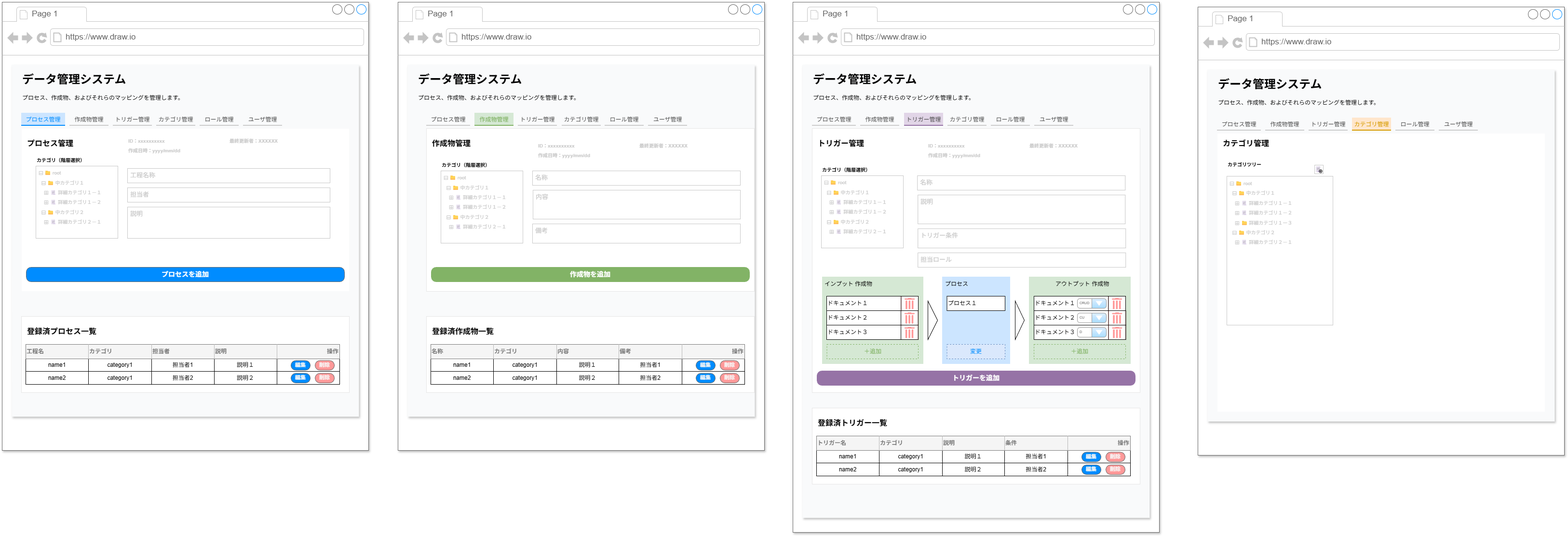
The draw.io diagram spec/Screen_UI.drawio.png in nojaja/state-matrix-web, before a commit. Source tidied: cells renumbered, new cells last; positions are measured from the earlier drawing's top-left corner, leaving out a move shared by most shapes.
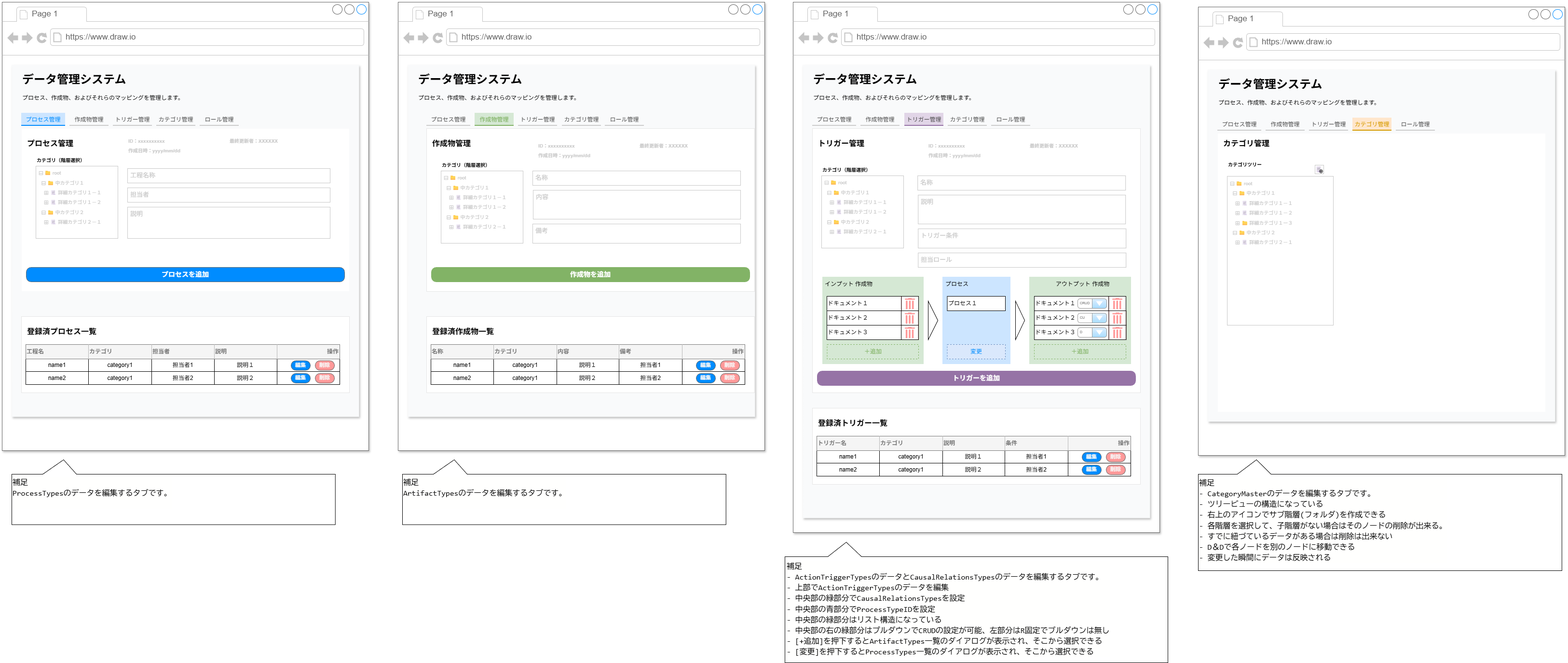
Above is the later version.

Commit message:
補足説明追加

Change to the diagram source:
```diff
@@ -35,15 +35,6 @@
     <mxCell id="12" style="strokeWidth=1;shadow=0;dashed=0;align=center;html=1;shape=mxgraph.mockup.containers.topButton;rSize=0;strokeColor=#CCCCCC;fillColor=#CCCCCC;gradientColor=none;" parent="10" vertex="1">
       <mxGeometry y="25" width="80" height="1" as="geometry" />
     </mxCell>
-    <mxCell id="13" style="group;" parent="2" vertex="1">
-      <mxGeometry x="500" y="230" width="80" height="26" as="geometry" />
-    </mxCell>
-    <mxCell id="14" value="&lt;span style=&quot;color: rgb(63, 63, 63); font-size: 12px; text-align: left;&quot;&gt;ユーザ管理&lt;/span&gt;" style="strokeColor=#F9FAFB;fillColor=#F9FAFB;strokeWidth=1;shadow=0;dashed=0;align=center;html=1;shape=mxgraph.mockup.containers.rrect;rSize=0;fontSize=17;fontColor=#333333;gradientColor=none;" parent="13" vertex="1">
-      <mxGeometry width="80" height="25" relative="1" as="geometry" />
-    </mxCell>
-    <mxCell id="15" style="strokeWidth=1;shadow=0;dashed=0;align=center;html=1;shape=mxgraph.mockup.containers.topButton;rSize=0;strokeColor=#CCCCCC;fillColor=#CCCCCC;gradientColor=none;" parent="13" vertex="1">
-      <mxGeometry y="25" width="80" height="1" as="geometry" />
-    </mxCell>
     <mxCell id="16" style="strokeWidth=1;shadow=0;dashed=0;align=center;html=1;shape=mxgraph.mockup.containers.marginRect2;rectMarginTop=32;strokeColor=#F9FAFB;gradientColor=none;whiteSpace=wrap;fillColor=#FFFFFF;" parent="1" vertex="1">
       <mxGeometry x="40" y="230" width="680" height="370" as="geometry" />
     </mxCell>
@@ -208,15 +199,6 @@
     <mxCell id="69" style="strokeWidth=1;shadow=0;dashed=0;align=center;html=1;shape=mxgraph.mockup.containers.topButton;rSize=0;strokeColor=#CCCCCC;fillColor=#CCCCCC;gradientColor=none;" parent="67" vertex="1">
       <mxGeometry y="25" width="80" height="1" as="geometry" />
     </mxCell>
-    <mxCell id="70" style="group;" parent="62" vertex="1">
-      <mxGeometry x="519" y="230" width="80" height="26" as="geometry" />
-    </mxCell>
-    <mxCell id="71" value="&lt;span style=&quot;color: rgb(63, 63, 63); font-size: 12px; text-align: left;&quot;&gt;ユーザ管理&lt;/span&gt;" style="strokeColor=#F9FAFB;fillColor=#F9FAFB;strokeWidth=1;shadow=0;dashed=0;align=center;html=1;shape=mxgraph.mockup.containers.rrect;rSize=0;fontSize=17;fontColor=#333333;gradientColor=none;" parent="70" vertex="1">
-      <mxGeometry width="80" height="25" relative="1" as="geometry" />
-    </mxCell>
-    <mxCell id="72" style="strokeWidth=1;shadow=0;dashed=0;align=center;html=1;shape=mxgraph.mockup.containers.topButton;rSize=0;strokeColor=#CCCCCC;fillColor=#CCCCCC;gradientColor=none;" parent="70" vertex="1">
-      <mxGeometry y="25" width="80" height="1" as="geometry" />
-    </mxCell>
     <mxCell id="73" style="strokeWidth=1;shadow=0;dashed=0;align=center;html=1;shape=mxgraph.mockup.containers.marginRect2;rectMarginTop=32;strokeColor=#E6E6E6;gradientColor=none;whiteSpace=wrap;fillColor=#FFFFFF;" parent="1" vertex="1">
       <mxGeometry x="880" y="230" width="680" height="370" as="geometry" />
     </mxCell>
@@ -503,15 +485,6 @@
     <mxCell id="166" style="strokeWidth=1;shadow=0;dashed=0;align=center;html=1;shape=mxgraph.mockup.containers.topButton;rSize=0;strokeColor=#9673A6;fillColor=#9673A6;gradientColor=none;" parent="164" vertex="1">
       <mxGeometry y="25" width="80" height="1" as="geometry" />
     </mxCell>
-    <mxCell id="167" style="group;" parent="121" vertex="1">
-      <mxGeometry x="501" y="230" width="80" height="26" as="geometry" />
-    </mxCell>
-    <mxCell id="168" value="&lt;span style=&quot;color: rgb(63, 63, 63); font-size: 12px; text-align: left;&quot;&gt;ユーザ管理&lt;/span&gt;" style="strokeColor=#F9FAFB;fillColor=#F9FAFB;strokeWidth=1;shadow=0;dashed=0;align=center;html=1;shape=mxgraph.mockup.containers.rrect;rSize=0;fontSize=17;fontColor=#333333;gradientColor=none;" parent="167" vertex="1">
-      <mxGeometry width="80" height="25" relative="1" as="geometry" />
-    </mxCell>
-    <mxCell id="169" style="strokeWidth=1;shadow=0;dashed=0;align=center;html=1;shape=mxgraph.mockup.containers.topButton;rSize=0;strokeColor=#CCCCCC;fillColor=#CCCCCC;gradientColor=none;" parent="167" vertex="1">
-      <mxGeometry y="25" width="80" height="1" as="geometry" />
-    </mxCell>
     <mxCell id="170" value="&lt;h1 style=&quot;margin-top: 0px;&quot;&gt;&lt;font style=&quot;font-size: 16px;&quot;&gt;トリガー管理&lt;/font&gt;&lt;/h1&gt;" style="text;html=1;whiteSpace=wrap;overflow=hidden;rounded=0;" parent="121" vertex="1">
       <mxGeometry x="50" y="270" width="150" height="40" as="geometry" />
     </mxCell>
@@ -728,15 +701,6 @@
     <mxCell id="241" style="strokeWidth=1;shadow=0;dashed=0;align=center;html=1;shape=mxgraph.mockup.containers.topButton;rSize=0;strokeColor=#CCCCCC;fillColor=#CCCCCC;gradientColor=none;" parent="239" vertex="1">
       <mxGeometry y="25" width="80" height="1" as="geometry" />
     </mxCell>
-    <mxCell id="242" style="group;" parent="225" vertex="1">
-      <mxGeometry x="500" y="230" width="80" height="26" as="geometry" />
-    </mxCell>
-    <mxCell id="243" value="&lt;span style=&quot;color: rgb(63, 63, 63); font-size: 12px; text-align: left;&quot;&gt;ユーザ管理&lt;/span&gt;" style="strokeColor=#F9FAFB;fillColor=#F9FAFB;strokeWidth=1;shadow=0;dashed=0;align=center;html=1;shape=mxgraph.mockup.containers.rrect;rSize=0;fontSize=17;fontColor=#333333;gradientColor=none;" parent="242" vertex="1">
-      <mxGeometry width="80" height="25" relative="1" as="geometry" />
-    </mxCell>
-    <mxCell id="244" style="strokeWidth=1;shadow=0;dashed=0;align=center;html=1;shape=mxgraph.mockup.containers.topButton;rSize=0;strokeColor=#CCCCCC;fillColor=#CCCCCC;gradientColor=none;" parent="242" vertex="1">
-      <mxGeometry y="25" width="80" height="1" as="geometry" />
-    </mxCell>
     <mxCell id="245" style="strokeWidth=1;shadow=0;dashed=0;align=center;html=1;shape=mxgraph.mockup.containers.marginRect2;rectMarginTop=32;strokeColor=#F9FAFB;gradientColor=none;whiteSpace=wrap;fillColor=#FFFFFF;verticalAlign=top;" parent="1" vertex="1">
       <mxGeometry x="2520" y="240" width="680" height="610" as="geometry" />
     </mxCell>
@@ -772,5 +736,29 @@
     <mxCell id="255" value="&lt;h1 style=&quot;margin-top: 0px;&quot;&gt;⊕&lt;/h1&gt;" style="text;html=1;whiteSpace=wrap;overflow=hidden;rounded=0;verticalAlign=middle;fontSize=5;" parent="252" vertex="1">
       <mxGeometry x="8" y="12.6" width="20" height="20" as="geometry" />
     </mxCell>
+    <mxCell id="256" style="shape=callout;whiteSpace=wrap;html=1;perimeter=calloutPerimeter;size=30;position=0.8;position2=0.84;rotation=-180;base=70;align=left;" parent="1" vertex="1">
+      <mxGeometry x="20" y="949" width="670.8" height="134.7" as="geometry" />
+    </mxCell>
+    <mxCell id="257" value="&lt;div style=&quot;color: rgb(0, 0, 0); background-color: rgb(255, 255, 254); font-family: Consolas, &amp;quot;Courier New&amp;quot;, monospace; font-size: 16px; line-height: 22px; white-space: pre;&quot;&gt;&lt;span style=&quot;color: #000000;&quot;&gt;補足&lt;/span&gt;&lt;/div&gt;&lt;div style=&quot;color: rgb(0, 0, 0); background-color: rgb(255, 255, 254); font-family: Consolas, &amp;quot;Courier New&amp;quot;, monospace; font-size: 16px; line-height: 22px; white-space: pre;&quot;&gt;&lt;span style=&quot;color: #000000;&quot;&gt;ProcessTypesのデータを編集するタブです。&lt;/span&gt;&lt;/div&gt;&lt;div style=&quot;color: rgb(0, 0, 0); background-color: rgb(255, 255, 254); font-family: Consolas, &amp;quot;Courier New&amp;quot;, monospace; font-size: 16px; line-height: 22px; white-space: pre;&quot;&gt;&lt;span style=&quot;color: #000000;&quot;&gt;&lt;br&gt;&lt;/span&gt;&lt;/div&gt;" style="text;html=1;align=left;verticalAlign=top;whiteSpace=wrap;rounded=0;imageAspect=0;movableLabel=1;fontSize=18;" parent="256" vertex="1">
+      <mxGeometry y="30" width="670.8" height="104.7" as="geometry" />
+    </mxCell>
+    <mxCell id="258" style="shape=callout;whiteSpace=wrap;html=1;perimeter=calloutPerimeter;size=30;position=0.8;position2=0.84;rotation=-180;base=70;align=left;" parent="1" vertex="1">
+      <mxGeometry x="830" y="949" width="670.8" height="134.7" as="geometry" />
+    </mxCell>
+    <mxCell id="259" value="&lt;div style=&quot;color: rgb(0, 0, 0); background-color: rgb(255, 255, 254); font-family: Consolas, &amp;quot;Courier New&amp;quot;, monospace; font-size: 16px; line-height: 22px; white-space: pre;&quot;&gt;&lt;span style=&quot;color: rgb(0, 0, 0);&quot;&gt;補足&lt;/span&gt;&lt;/div&gt;&lt;div style=&quot;color: rgb(0, 0, 0); background-color: rgb(255, 255, 254); font-family: Consolas, &amp;quot;Courier New&amp;quot;, monospace; font-size: 16px; line-height: 22px; white-space: pre;&quot;&gt;&lt;span style=&quot;color: rgb(0, 0, 0);&quot;&gt;&lt;span style=&quot;color: rgb(0, 0, 0);&quot;&gt;ArtifactTypes&lt;/span&gt;のデータを編集するタブです。&lt;/span&gt;&lt;/div&gt;&lt;div style=&quot;color: rgb(0, 0, 0); background-color: rgb(255, 255, 254); font-family: Consolas, &amp;quot;Courier New&amp;quot;, monospace; font-size: 16px; line-height: 22px; white-space: pre;&quot;&gt;&lt;span style=&quot;color: rgb(0, 0, 0);&quot;&gt;&lt;br&gt;&lt;/span&gt;&lt;/div&gt;" style="text;html=1;align=left;verticalAlign=top;whiteSpace=wrap;rounded=0;imageAspect=0;movableLabel=1;fontSize=18;" parent="258" vertex="1">
+      <mxGeometry y="30" width="670.8" height="104.7" as="geometry" />
+    </mxCell>
+    <mxCell id="260" style="shape=callout;whiteSpace=wrap;html=1;perimeter=calloutPerimeter;size=30;position=0.8;position2=0.84;rotation=-180;base=70;align=left;" parent="1" vertex="1">
+      <mxGeometry x="1623" y="1120" width="793.9" height="250" as="geometry" />
+    </mxCell>
+    <mxCell id="261" value="&lt;div style=&quot;color: rgb(0, 0, 0); background-color: rgb(255, 255, 254); font-family: Consolas, &amp;quot;Courier New&amp;quot;, monospace; font-size: 16px; line-height: 22px; white-space: pre;&quot;&gt;&lt;span style=&quot;color: rgb(0, 0, 0);&quot;&gt;補足&lt;/span&gt;&lt;/div&gt;&lt;div style=&quot;color: rgb(0, 0, 0); background-color: rgb(255, 255, 254); font-family: Consolas, &amp;quot;Courier New&amp;quot;, monospace; font-size: 16px; line-height: 22px; white-space: pre;&quot;&gt;&lt;span style=&quot;color: rgb(0, 0, 0);&quot;&gt;&lt;span style=&quot;color: rgb(0, 0, 0);&quot;&gt;- ActionTriggerTypes&lt;/span&gt;のデータと&lt;/span&gt;&lt;span style=&quot;color: rgb(0, 0, 0);&quot;&gt;CausalRelationsTypesのデータ&lt;/span&gt;&lt;span style=&quot;background-color: light-dark(rgb(255, 255, 254), rgb(18, 18, 17));&quot;&gt;を編集するタブです。&lt;/span&gt;&lt;/div&gt;&lt;div style=&quot;color: rgb(0, 0, 0); background-color: rgb(255, 255, 254); font-family: Consolas, &amp;quot;Courier New&amp;quot;, monospace; font-size: 16px; line-height: 22px; white-space: pre;&quot;&gt;&lt;span style=&quot;background-color: light-dark(rgb(255, 255, 254), rgb(18, 18, 17));&quot;&gt;- 上部で&lt;/span&gt;&lt;span style=&quot;color: rgb(0, 0, 0); scrollbar-color: rgb(226, 226, 226) rgb(251, 251, 251);&quot;&gt;ActionTriggerTypes&lt;/span&gt;&lt;span style=&quot;color: rgb(0, 0, 0);&quot;&gt;のデータを編集&lt;/span&gt;&lt;/div&gt;&lt;div style=&quot;color: rgb(0, 0, 0); background-color: rgb(255, 255, 254); font-family: Consolas, &amp;quot;Courier New&amp;quot;, monospace; font-size: 16px; line-height: 22px; white-space: pre;&quot;&gt;- 中央部の緑部分で&lt;span style=&quot;color: rgb(0, 0, 0);&quot;&gt;CausalRelationsTypesを設定&lt;/span&gt;&lt;/div&gt;&lt;div style=&quot;background-color: rgb(255, 255, 254); line-height: 22px; color: rgb(0, 0, 0);&quot;&gt;&lt;span style=&quot;color: rgb(0, 0, 0); font-family: Consolas, &amp;quot;Courier New&amp;quot;, monospace; font-size: 16px; white-space: pre;&quot;&gt;- &lt;/span&gt;&lt;span style=&quot;color: rgb(0, 0, 0); font-family: Consolas, &amp;quot;Courier New&amp;quot;, monospace; font-size: 16px; white-space: pre;&quot;&gt;中央部の青部分で&lt;/span&gt;&lt;span style=&quot;background-color: transparent; font-size: 16px; white-space: pre;&quot;&gt;&lt;font face=&quot;Consolas, Courier New, monospace&quot; color=&quot;#000000&quot;&gt;ProcessTypeIDを設定&lt;/font&gt;&lt;/span&gt;&lt;/div&gt;&lt;div style=&quot;color: rgb(0, 0, 0); background-color: rgb(255, 255, 254); font-family: Consolas, &amp;quot;Courier New&amp;quot;, monospace; font-size: 16px; line-height: 22px; white-space: pre;&quot;&gt;- &lt;span style=&quot;color: rgb(0, 0, 0);&quot;&gt;中央部の緑部分はリスト構造になっている&lt;/span&gt;&lt;/div&gt;&lt;div style=&quot;color: rgb(0, 0, 0); background-color: rgb(255, 255, 254); font-family: Consolas, &amp;quot;Courier New&amp;quot;, monospace; font-size: 16px; line-height: 22px; white-space: pre;&quot;&gt;&lt;span style=&quot;color: rgb(0, 0, 0);&quot;&gt;- &lt;/span&gt;&lt;span style=&quot;color: rgb(0, 0, 0); scrollbar-color: rgb(226, 226, 226) rgb(251, 251, 251);&quot;&gt;中央部の右の緑部分はプルダウンでCRUDの設定が可能、左部分はR固定でブルダウンは無し&lt;/span&gt;&lt;/div&gt;&lt;div style=&quot;color: rgb(0, 0, 0); background-color: rgb(255, 255, 254); font-family: Consolas, &amp;quot;Courier New&amp;quot;, monospace; font-size: 16px; line-height: 22px; white-space: pre;&quot;&gt;&lt;span style=&quot;color: rgb(0, 0, 0); scrollbar-color: rgb(226, 226, 226) rgb(251, 251, 251);&quot;&gt;- [+追加]を押下すると&lt;/span&gt;&lt;span style=&quot;color: rgb(0, 0, 0);&quot;&gt;ArtifactTypes一覧のダイアログが表示され、そこから選択できる&lt;/span&gt;&lt;/div&gt;&lt;div style=&quot;color: rgb(0, 0, 0); background-color: rgb(255, 255, 254); font-family: Consolas, &amp;quot;Courier New&amp;quot;, monospace; font-size: 16px; line-height: 22px; white-space: pre;&quot;&gt;&lt;span style=&quot;color: rgb(0, 0, 0);&quot;&gt;- [変更]&lt;/span&gt;&lt;span style=&quot;background-color: transparent; scrollbar-color: rgb(226, 226, 226) rgb(251, 251, 251); color: rgb(0, 0, 0);&quot;&gt;を押下すると&lt;/span&gt;&lt;span style=&quot;color: rgb(0, 0, 0);&quot;&gt;ProcessTypes&lt;/span&gt;&lt;span style=&quot;background-color: transparent; color: rgb(0, 0, 0); scrollbar-color: rgb(226, 226, 226) rgb(251, 251, 251);&quot;&gt;一覧のダイアログが表示され、そこから選択できる&lt;/span&gt;&lt;/div&gt;" style="text;html=1;align=left;verticalAlign=top;whiteSpace=wrap;rounded=0;imageAspect=0;movableLabel=1;fontSize=18;" parent="260" vertex="1">
+      <mxGeometry x="1.7" y="32.6" width="710" height="217.4" as="geometry" />
+    </mxCell>
+    <mxCell id="262" style="shape=callout;whiteSpace=wrap;html=1;perimeter=calloutPerimeter;size=30;position=0.8;position2=0.84;rotation=-180;base=70;align=left;" parent="1" vertex="1">
+      <mxGeometry x="2480" y="949" width="753.9" height="230" as="geometry" />
+    </mxCell>
+    <mxCell id="263" value="&lt;div style=&quot;color: rgb(0, 0, 0); background-color: rgb(255, 255, 254); font-family: Consolas, &amp;quot;Courier New&amp;quot;, monospace; font-size: 16px; line-height: 22px; white-space: pre;&quot;&gt;&lt;span style=&quot;color: rgb(0, 0, 0);&quot;&gt;補足&lt;/span&gt;&lt;/div&gt;&lt;div style=&quot;color: rgb(0, 0, 0); background-color: rgb(255, 255, 254); font-family: Consolas, &amp;quot;Courier New&amp;quot;, monospace; font-size: 16px; line-height: 22px; white-space: pre;&quot;&gt;&lt;span style=&quot;color: rgb(0, 0, 0);&quot;&gt;&lt;span style=&quot;color: rgb(0, 0, 0);&quot;&gt;- &lt;/span&gt;&lt;/span&gt;&lt;span style=&quot;color: rgb(0, 0, 0); background-color: light-dark(rgb(255, 255, 254), rgb(18, 18, 17));&quot;&gt;CategoryMaster&lt;/span&gt;&lt;span style=&quot;color: rgb(0, 0, 0);&quot;&gt;のデータ&lt;/span&gt;&lt;span style=&quot;background-color: light-dark(rgb(255, 255, 254), rgb(18, 18, 17));&quot;&gt;を編集するタブです。&lt;/span&gt;&lt;br&gt;&lt;/div&gt;&lt;div style=&quot;color: rgb(0, 0, 0); background-color: rgb(255, 255, 254); font-family: Consolas, &amp;quot;Courier New&amp;quot;, monospace; font-size: 16px; line-height: 22px; white-space: pre;&quot;&gt;&lt;span style=&quot;background-color: light-dark(rgb(255, 255, 254), rgb(18, 18, 17));&quot;&gt;- ツリービューの構造になっている&lt;/span&gt;&lt;/div&gt;&lt;div style=&quot;color: rgb(0, 0, 0); background-color: rgb(255, 255, 254); font-family: Consolas, &amp;quot;Courier New&amp;quot;, monospace; font-size: 16px; line-height: 22px; white-space: pre;&quot;&gt;- 右上のアイコンでサブ階層(フォルダ)を作成できる&lt;/div&gt;&lt;div style=&quot;background-color: rgb(255, 255, 254); line-height: 22px; color: rgb(0, 0, 0);&quot;&gt;&lt;span style=&quot;color: rgb(0, 0, 0); font-family: Consolas, &amp;quot;Courier New&amp;quot;, monospace; font-size: 16px; white-space: pre;&quot;&gt;- 各階層を選択して、子階層がない場合はそのノードの削除が出来る。&lt;/span&gt;&lt;/div&gt;&lt;div style=&quot;color: rgb(0, 0, 0); background-color: rgb(255, 255, 254); font-family: Consolas, &amp;quot;Courier New&amp;quot;, monospace; font-size: 16px; line-height: 22px; white-space: pre;&quot;&gt;- &lt;span style=&quot;color: rgb(0, 0, 0);&quot;&gt;すでに紐づているデータがある場合は削除は出来ない&lt;/span&gt;&lt;/div&gt;&lt;div style=&quot;color: rgb(0, 0, 0); background-color: rgb(255, 255, 254); font-family: Consolas, &amp;quot;Courier New&amp;quot;, monospace; font-size: 16px; line-height: 22px; white-space: pre;&quot;&gt;&lt;span style=&quot;color: rgb(0, 0, 0);&quot;&gt;- D＆Dで各ノードを別のノードに移動できる&lt;/span&gt;&lt;/div&gt;&lt;div style=&quot;color: rgb(0, 0, 0); background-color: rgb(255, 255, 254); font-family: Consolas, &amp;quot;Courier New&amp;quot;, monospace; font-size: 16px; line-height: 22px; white-space: pre;&quot;&gt;&lt;span style=&quot;color: rgb(0, 0, 0);&quot;&gt;- 変更した瞬間にデータは反映される&lt;/span&gt;&lt;/div&gt;" style="text;html=1;align=left;verticalAlign=top;whiteSpace=wrap;rounded=0;imageAspect=0;movableLabel=1;fontSize=18;" parent="262" vertex="1">
+      <mxGeometry y="31" width="674.2" height="200" as="geometry" />
+    </mxCell>
   </root>
 </mxGraphModel>
```
